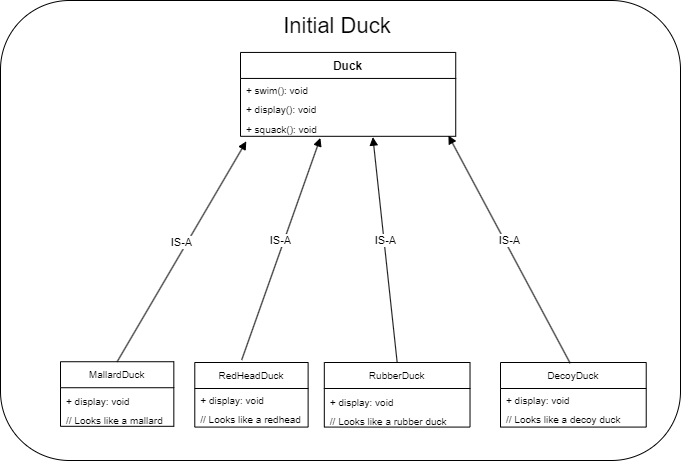
The draw.io diagram headfirst/Documents/InitialDuckApp.png in Bazzaware/Java-Development, before a commit. Source tidied: cells renumbered, new cells last; positions are measured from the earlier drawing's top-left corner, leaving out a move shared by most shapes.
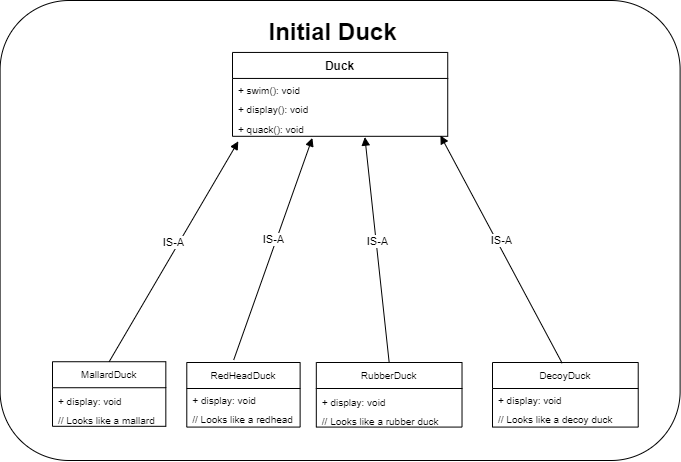
The same diagram one commit later.

Diff of the diagram source:
```diff
@@ -3,7 +3,7 @@
     <mxCell id="0" />
     <mxCell id="1" parent="0" />
     <mxCell id="2" style="rounded=1;whiteSpace=wrap;html=1;" parent="1" vertex="1">
-      <mxGeometry width="680" height="460" as="geometry" />
+      <mxGeometry x="7.6" width="680" height="460" as="geometry" />
     </mxCell>
     <mxCell id="3" value="IS-A" style="html=1;verticalAlign=bottom;endArrow=block;exitX=0.5;exitY=0;exitDx=0;exitDy=0;entryX=0.027;entryY=1.259;entryDx=0;entryDy=0;entryPerimeter=0;" parent="1" edge="1" source="21" target="27">
       <mxGeometry relative="1" as="geometry" />
@@ -17,9 +17,6 @@
     <mxCell id="6" value="IS-A" style="html=1;verticalAlign=bottom;endArrow=block;exitX=0.478;exitY=0.011;exitDx=0;exitDy=0;exitPerimeter=0;entryX=0.966;entryY=0.957;entryDx=0;entryDy=0;entryPerimeter=0;" parent="1" edge="1" source="9" target="27">
       <mxGeometry relative="1" as="geometry" />
     </mxCell>
-    <mxCell id="7" value="Initial Duck&amp;nbsp;" style="text;html=1;strokeColor=none;fillColor=none;align=center;verticalAlign=middle;whiteSpace=wrap;rounded=0;fontSize=22;" parent="1" vertex="1">
-      <mxGeometry x="234.8" width="210.5" height="51.9" as="geometry" />
-    </mxCell>
     <mxCell id="8" style="group;" parent="1" vertex="1">
       <mxGeometry x="500" y="362" width="145.7" height="64.6" as="geometry" />
     </mxCell>
@@ -77,8 +74,11 @@
     <mxCell id="26" value="+ display(): void" style="text;strokeColor=none;fillColor=none;align=left;verticalAlign=top;spacingLeft=4;spacingRight=4;overflow=hidden;fontSize=10;" parent="24" vertex="1">
       <mxGeometry y="45.3" width="215.2" height="19.3" as="geometry" />
     </mxCell>
-    <mxCell id="27" value="+ squack(): void" style="text;strokeColor=none;fillColor=none;align=left;verticalAlign=top;spacingLeft=4;spacingRight=4;overflow=hidden;points=[[0,0.5],[1,0.5]];portConstraint=eastwest;fontSize=10;" parent="24" vertex="1">
+    <mxCell id="27" value="+ quack(): void" style="text;strokeColor=none;fillColor=none;align=left;verticalAlign=top;spacingLeft=4;spacingRight=4;overflow=hidden;points=[[0,0.5],[1,0.5]];portConstraint=eastwest;fontSize=10;" parent="24" vertex="1">
       <mxGeometry y="64.6" width="215.2" height="19.3" as="geometry" />
     </mxCell>
+    <mxCell id="7" value="Initial Duck" style="text;strokeColor=none;fillColor=none;html=1;fontSize=24;fontStyle=1;verticalAlign=middle;align=center;" parent="1" vertex="1">
+      <mxGeometry x="290" y="11.9" width="100" height="40" as="geometry" />
+    </mxCell>
   </root>
 </mxGraphModel>
```
